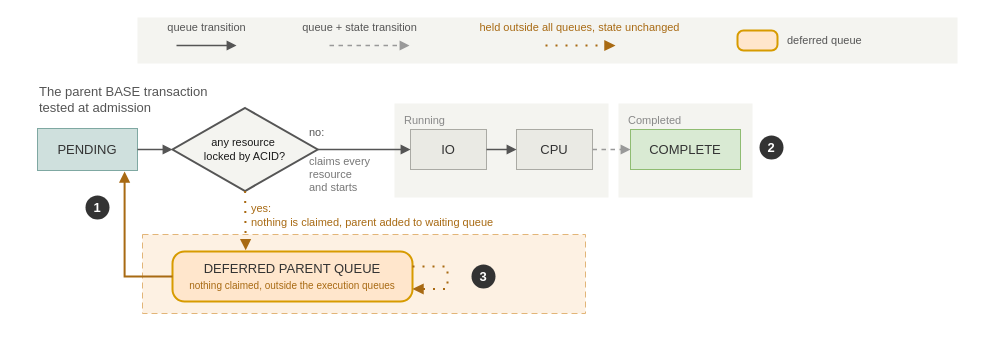
Earlier version of the draw.io diagram figures/fig-hybrid-queueing-base-parent.drawio (mililika/bachelor-thesis-tum-acid-base-adaptivity). Source tidied: cells renumbered, new cells numbered last; positions are measured from the earlier drawing's top-left corner, leaving out a move shared by most shapes. Both pictures are drawn from the tidied source at 100%, with x=0, y=0 at pixel (37, 17).
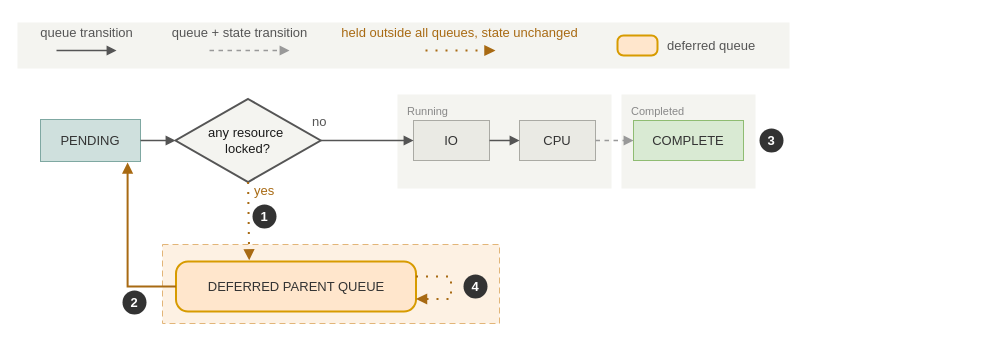
After the change.

Change to the diagram source:
```diff
@@
     <mxCell id="2" style="rounded=0;whiteSpace=wrap;html=1;fillColor=#f4f4f0;strokeColor=none;" parent="1" vertex="1">
-      <mxGeometry x="100" width="820" height="46" as="geometry" />
+      <mxGeometry x="-20" y="5" width="772" height="46" as="geometry" />
     </mxCell>
-    <mxCell id="3" value="queue transition" style="text;html=1;align=center;verticalAlign=middle;fontSize=11;fontFamily=Helvetica;fontColor=#555555;" parent="1" vertex="1">
-      <mxGeometry x="106" width="126" height="20" as="geometry" />
+    <mxCell id="3" value="queue transition" style="text;html=1;align=center;verticalAlign=middle;fontSize=13;fontFamily=Helvetica;fontColor=#555555;" parent="1" vertex="1">
+      <mxGeometry x="-14" y="5" width="126" height="20" as="geometry" />
     </mxCell>
     <mxCell id="4" style="edgeStyle=none;rounded=0;html=1;strokeWidth=1.5;strokeColor=#555555;endArrow=block;endFill=1;" parent="1" edge="1">
       <mxGeometry relative="1" as="geometry">
-        <mxPoint x="139" y="28" as="sourcePoint" />
-        <mxPoint x="199" y="28" as="targetPoint" />
+        <mxPoint x="19" y="33" as="sourcePoint" />
+        <mxPoint x="79" y="33" as="targetPoint" />
       </mxGeometry>
     </mxCell>
-    <mxCell id="5" value="queue + state transition" style="text;html=1;align=center;verticalAlign=middle;fontSize=11;fontFamily=Helvetica;fontColor=#555555;" parent="1" vertex="1">
-      <mxGeometry x="242" width="160" height="20" as="geometry" />
+    <mxCell id="5" value="queue + state transition" style="text;html=1;align=center;verticalAlign=middle;fontSize=13;fontFamily=Helvetica;fontColor=#555555;" parent="1" vertex="1">
+      <mxGeometry x="122" y="5" width="160" height="20" as="geometry" />
     </mxCell>
     <mxCell id="6" style="edgeStyle=none;rounded=0;html=1;strokeWidth=1.5;strokeColor=#999999;dashed=1;endArrow=block;endFill=1;" parent="1" edge="1">
       <mxGeometry relative="1" as="geometry">
-        <mxPoint x="292" y="28" as="sourcePoint" />
-        <mxPoint x="372" y="28" as="targetPoint" />
+        <mxPoint x="172" y="33" as="sourcePoint" />
+        <mxPoint x="252" y="33" as="targetPoint" />
       </mxGeometry>
     </mxCell>
-    <mxCell id="7" value="held outside all queues, state unchanged" style="text;html=1;align=center;verticalAlign=middle;fontSize=11;fontFamily=Helvetica;fontColor=#a86a13;" parent="1" vertex="1">
-      <mxGeometry x="432" width="220" height="20" as="geometry" />
+    <mxCell id="7" value="held outside all queues, state unchanged" style="text;html=1;align=center;verticalAlign=middle;fontSize=13;fontFamily=Helvetica;fontColor=#a86a13;" parent="1" vertex="1">
+      <mxGeometry x="312" y="5" width="220" height="20" as="geometry" />
     </mxCell>
     <mxCell id="8" style="edgeStyle=none;rounded=0;html=1;strokeWidth=2;strokeColor=#a86a13;dashed=1;dashPattern=1 4;endArrow=block;endFill=1;" parent="1" edge="1">
       <mxGeometry relative="1" as="geometry">
-        <mxPoint x="508" y="28" as="sourcePoint" />
-        <mxPoint x="578" y="28" as="targetPoint" />
+        <mxPoint x="388" y="33" as="sourcePoint" />
+        <mxPoint x="458" y="33" as="targetPoint" />
       </mxGeometry>
     </mxCell>
     <mxCell id="9" style="rounded=1;arcSize=30;whiteSpace=wrap;html=1;fillColor=#ffe6cc;strokeColor=#d79b00;strokeWidth=2;" parent="1" vertex="1">
-      <mxGeometry x="700" y="13" width="40" height="20" as="geometry" />
+      <mxGeometry x="580" y="18" width="40" height="20" as="geometry" />
     </mxCell>
-    <mxCell id="10" value="deferred queue" style="text;html=1;align=left;verticalAlign=middle;fontSize=11;fontFamily=Helvetica;fontColor=#555555;" parent="1" vertex="1">
-      <mxGeometry x="748" y="3" width="180" height="40" as="geometry" />
+    <mxCell id="10" value="deferred queue" style="text;html=1;align=left;verticalAlign=middle;fontSize=13;fontFamily=Helvetica;fontColor=#555555;" parent="1" vertex="1">
+      <mxGeometry x="628" y="8" width="100" height="40" as="geometry" />
     </mxCell>
-    <mxCell id="11" value="The parent BASE transaction&lt;div&gt;tested at admission&lt;/div&gt;" style="text;html=1;align=left;verticalAlign=middle;fontSize=13;fontFamily=Helvetica;fontColor=#555555;fontStyle=0;" parent="1" vertex="1">
-      <mxGeometry y="64" width="300" height="35" as="geometry" />
-    </mxCell>
     <mxCell id="12" value="Running" style="rounded=0;whiteSpace=wrap;html=1;fillColor=#f4f4f0;strokeColor=none;verticalAlign=top;align=left;spacingLeft=8;spacingTop=4;fontSize=11;fontFamily=Helvetica;fontColor=#888888;" parent="1" vertex="1">
-      <mxGeometry x="357" y="86" width="214" height="94" as="geometry" />
+      <mxGeometry x="360" y="77" width="214" height="94" as="geometry" />
     </mxCell>
     <mxCell id="13" value="Completed" style="rounded=0;whiteSpace=wrap;html=1;fillColor=#f4f4f0;strokeColor=none;verticalAlign=top;align=left;spacingLeft=8;spacingTop=4;fontSize=11;fontFamily=Helvetica;fontColor=#888888;" parent="1" vertex="1">
-      <mxGeometry x="581" y="86" width="134" height="94" as="geometry" />
+      <mxGeometry x="584" y="77" width="134" height="94" as="geometry" />
     </mxCell>
     <mxCell id="14" style="rounded=0;whiteSpace=wrap;html=1;fillColor=#fdf1e3;strokeColor=#e2b578;dashed=1;dashPattern=6 4;" parent="1" vertex="1">
-      <mxGeometry x="105" y="217" width="443" height="79" as="geometry" />
+      <mxGeometry x="125" y="227" width="337" height="79" as="geometry" />
     </mxCell>
     <mxCell id="15" value="PENDING" style="rounded=0;whiteSpace=wrap;html=1;fillColor=#cfe0dd;strokeColor=#7fa8a2;fontFamily=Helvetica;fontSize=13;fontColor=#333333;" parent="1" vertex="1">
-      <mxGeometry y="111" width="100" height="42" as="geometry" />
+      <mxGeometry x="3" y="102" width="100" height="42" as="geometry" />
     </mxCell>
-    <mxCell id="16" value="&lt;span&gt;any resource&amp;nbsp;&lt;/span&gt;&lt;div&gt;&lt;span&gt;locked by ACID?&lt;/span&gt;&lt;/div&gt;" style="rhombus;whiteSpace=wrap;html=1;fillColor=#f4f4f0;strokeColor=#555555;strokeWidth=2;fontFamily=Helvetica;fontSize=11;fontColor=#1a1a1a;fontStyle=0;" parent="1" vertex="1">
-      <mxGeometry x="135" y="90.5" width="145.2" height="83" as="geometry" />
+    <mxCell id="16" value="&lt;span&gt;any resource&amp;nbsp;&lt;/span&gt;&lt;div&gt;&lt;span&gt;locked?&lt;/span&gt;&lt;/div&gt;" style="rhombus;whiteSpace=wrap;html=1;fillColor=#f4f4f0;strokeColor=#555555;strokeWidth=2;fontFamily=Helvetica;fontSize=13;fontColor=#1a1a1a;fontStyle=0;" parent="1" vertex="1">
+      <mxGeometry x="138" y="81.5" width="145.2" height="83" as="geometry" />
     </mxCell>
     <mxCell id="17" value="IO" style="rounded=0;whiteSpace=wrap;html=1;fillColor=#eaeae4;strokeColor=#aaaaa4;fontFamily=Helvetica;fontSize=13;fontColor=#333333;" parent="1" vertex="1">
-      <mxGeometry x="373" y="112" width="76" height="40" as="geometry" />
+      <mxGeometry x="376" y="103" width="76" height="40" as="geometry" />
     </mxCell>
     <mxCell id="18" value="CPU" style="rounded=0;whiteSpace=wrap;html=1;fillColor=#eaeae4;strokeColor=#aaaaa4;fontFamily=Helvetica;fontSize=13;fontColor=#333333;" parent="1" vertex="1">
-      <mxGeometry x="479" y="112" width="76" height="40" as="geometry" />
+      <mxGeometry x="482" y="103" width="76" height="40" as="geometry" />
     </mxCell>
     <mxCell id="19" value="COMPLETE" style="rounded=0;whiteSpace=wrap;html=1;fillColor=#d9ead3;strokeColor=#8fbc72;fontFamily=Helvetica;fontSize=13;fontColor=#333333;" parent="1" vertex="1">
-      <mxGeometry x="593" y="112" width="110" height="40" as="geometry" />
+      <mxGeometry x="596" y="103" width="110" height="40" as="geometry" />
     </mxCell>
-    <mxCell id="20" value="DEFERRED PARENT QUEUE&lt;br&gt;&lt;font style=&quot;font-size: 10px;&quot; color=&quot;#a86a13&quot;&gt;nothing claimed, outside the execution queues&lt;/font&gt;" style="rounded=1;arcSize=24;whiteSpace=wrap;html=1;fillColor=#ffe6cc;strokeColor=#d79b00;strokeWidth=2;fontFamily=Helvetica;fontSize=13;fontColor=#333333;" parent="1" vertex="1">
-      <mxGeometry x="135" y="234" width="240" height="50" as="geometry" />
+    <mxCell id="20" value="DEFERRED PARENT QUEUE" style="rounded=1;arcSize=24;whiteSpace=wrap;html=1;fillColor=#ffe6cc;strokeColor=#d79b00;strokeWidth=2;fontFamily=Helvetica;fontSize=13;fontColor=#333333;" parent="1" vertex="1">
+      <mxGeometry x="138.5" y="244" width="240" height="50" as="geometry" />
     </mxCell>
@@
-    <mxCell id="23" value="&lt;span&gt;no:&lt;/span&gt;" style="text;html=1;align=left;verticalAlign=bottom;fontSize=11;fontFamily=Helvetica;fontColor=#555555;fontStyle=0;" parent="1" vertex="1">
-      <mxGeometry x="270.2" y="108" width="40" height="16" as="geometry" />
+    <mxCell id="23" value="&lt;span&gt;no&lt;/span&gt;" style="text;html=1;align=left;verticalAlign=bottom;fontSize=13;fontFamily=Helvetica;fontColor=#555555;fontStyle=0;" parent="1" vertex="1">
+      <mxGeometry x="273.2" y="99" width="20.8" height="16" as="geometry" />
     </mxCell>
-    <mxCell id="24" value="claims every&amp;nbsp;&lt;div&gt;resource&lt;/div&gt;&lt;div&gt;and starts&lt;/div&gt;" style="text;html=1;align=left;verticalAlign=middle;fontSize=11;fontFamily=Helvetica;fontColor=#777777;" parent="1" vertex="1">
-      <mxGeometry x="270.2" y="136" width="79" height="42" as="geometry" />
-    </mxCell>
@@
-    <mxCell id="27" value="&lt;span&gt;yes:&lt;/span&gt;&lt;div&gt;nothing is claimed, parent added to waiting queue&lt;/div&gt;" style="text;html=1;align=left;verticalAlign=middle;fontSize=11;fontFamily=Helvetica;fontColor=#a86a13;fontStyle=0;" parent="1" vertex="1">
-      <mxGeometry x="212" y="184" width="230" height="27" as="geometry" />
+    <mxCell id="27" value="&lt;span&gt;yes&lt;/span&gt;" style="text;html=1;align=left;verticalAlign=middle;fontSize=13;fontFamily=Helvetica;fontColor=#a86a13;fontStyle=0;" parent="1" vertex="1">
+      <mxGeometry x="215" y="163" width="24" height="20" as="geometry" />
     </mxCell>
@@
     <mxCell id="29" style="edgeStyle=orthogonalEdgeStyle;rounded=0;html=1;strokeWidth=2;strokeColor=#a86a13;dashed=1;dashPattern=1 4;endArrow=block;endFill=1;exitX=1;exitY=0.3;exitDx=0;exitDy=0;entryX=1;entryY=0.75;entryDx=0;entryDy=0;" parent="1" edge="1" source="20" target="20">
       <mxGeometry relative="1" as="geometry">
         <Array as="points">
-          <mxPoint x="410" y="249" />
-          <mxPoint x="410" y="272" />
+          <mxPoint x="413.5" y="259" />
+          <mxPoint x="413.5" y="282" />
         </Array>
       </mxGeometry>
     </mxCell>
     <mxCell id="30" style="edgeStyle=orthogonalEdgeStyle;rounded=0;html=1;strokeWidth=2;strokeColor=#a86a13;endArrow=block;endFill=1;exitX=0;exitY=0.5;exitDx=0;exitDy=0;entryX=0.871;entryY=1.024;entryDx=0;entryDy=0;entryPerimeter=0;" parent="1" edge="1" source="20" target="15">
       <mxGeometry relative="1" as="geometry">
         <Array as="points">
-          <mxPoint x="87.1" y="259" />
+          <mxPoint x="90.1" y="269" />
         </Array>
       </mxGeometry>
     </mxCell>
-    <mxCell id="31" value="1" style="ellipse;whiteSpace=wrap;html=1;fillColor=#333333;strokeColor=none;fontColor=#ffffff;fontSize=13;fontFamily=Helvetica;fontStyle=1;verticalAlign=middle;align=center;" parent="1" vertex="1">
-      <mxGeometry x="48" y="178" width="24" height="24" as="geometry" />
+    <mxCell id="31" value="2" style="ellipse;whiteSpace=wrap;html=1;fillColor=#333333;strokeColor=none;fontColor=#ffffff;fontSize=13;fontFamily=Helvetica;fontStyle=1;verticalAlign=middle;align=center;" parent="1" vertex="1">
+      <mxGeometry x="85" y="273" width="24" height="24" as="geometry" />
     </mxCell>
-    <mxCell id="32" value="2" style="ellipse;whiteSpace=wrap;html=1;fillColor=#333333;strokeColor=none;fontColor=#ffffff;fontSize=13;fontFamily=Helvetica;fontStyle=1;verticalAlign=middle;align=center;" parent="1" vertex="1">
-      <mxGeometry x="722" y="118" width="24" height="24" as="geometry" />
+    <mxCell id="32" value="3" style="ellipse;whiteSpace=wrap;html=1;fillColor=#333333;strokeColor=none;fontColor=#ffffff;fontSize=13;fontFamily=Helvetica;fontStyle=1;verticalAlign=middle;align=center;" parent="1" vertex="1">
+      <mxGeometry x="722" y="111" width="24" height="24" as="geometry" />
     </mxCell>
-    <mxCell id="33" value="3" style="ellipse;whiteSpace=wrap;html=1;fillColor=#333333;strokeColor=none;fontColor=#ffffff;fontSize=13;fontFamily=Helvetica;fontStyle=1;verticalAlign=middle;align=center;" parent="1" vertex="1">
-      <mxGeometry x="434" y="247" width="24" height="24" as="geometry" />
+    <mxCell id="33" value="4" style="ellipse;whiteSpace=wrap;html=1;fillColor=#333333;strokeColor=none;fontColor=#ffffff;fontSize=13;fontFamily=Helvetica;fontStyle=1;verticalAlign=middle;align=center;" parent="1" vertex="1">
+      <mxGeometry x="426" y="257" width="24" height="24" as="geometry" />
     </mxCell>
+    <mxCell id="34" value="1" style="ellipse;whiteSpace=wrap;html=1;fillColor=#333333;strokeColor=none;fontColor=#ffffff;fontSize=13;fontFamily=Helvetica;fontStyle=1;verticalAlign=middle;align=center;" parent="1" vertex="1">
+      <mxGeometry x="215" y="187" width="24" height="24" as="geometry" />
+    </mxCell>
```
